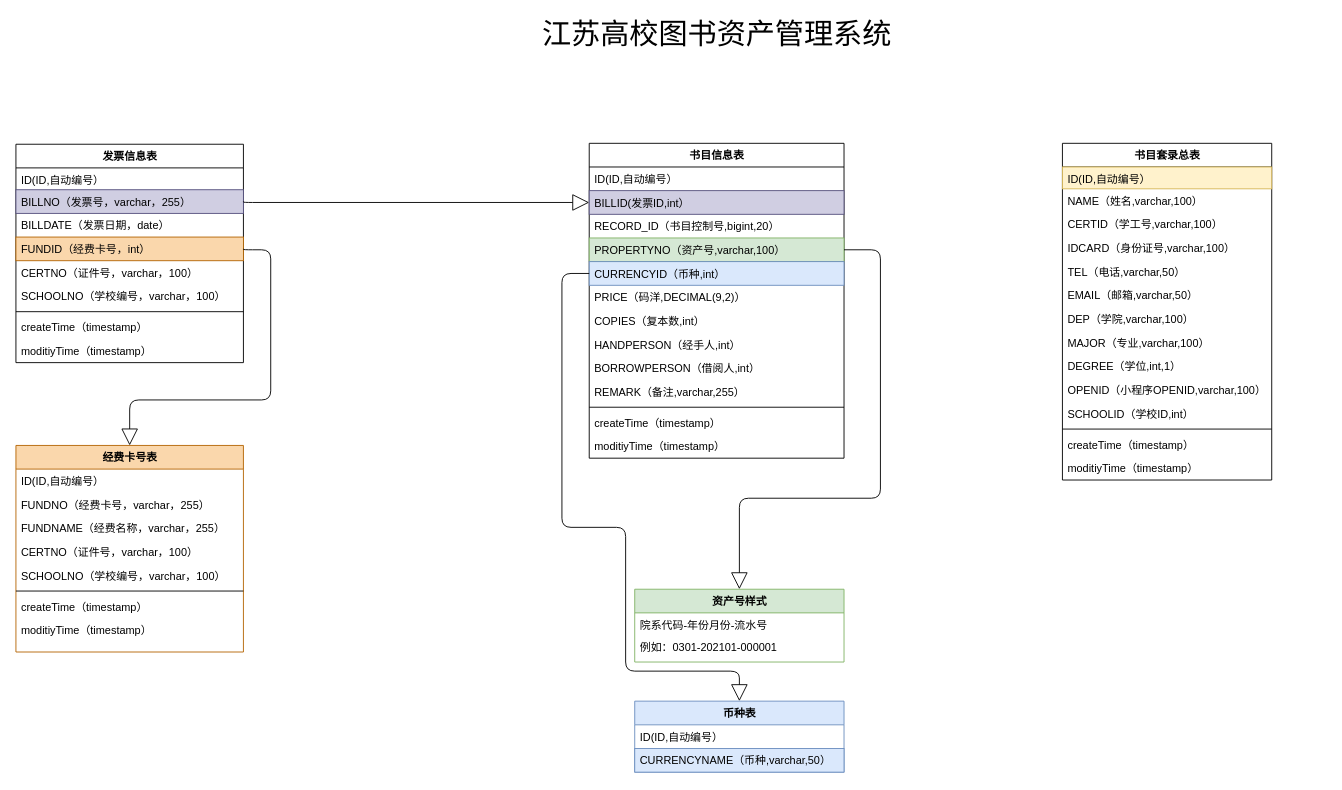
Before: 图书资产管理系统.drawio in yisqiu/SimpleMap-wx, a draw.io diagram. Source tidied: cells renumbered, new cells numbered last; positions are measured from the earlier drawing's top-left corner, leaving out a move shared by most shapes. Both pictures are drawn from the tidied source at 91%, with x=0, y=0 at pixel (15, 15).
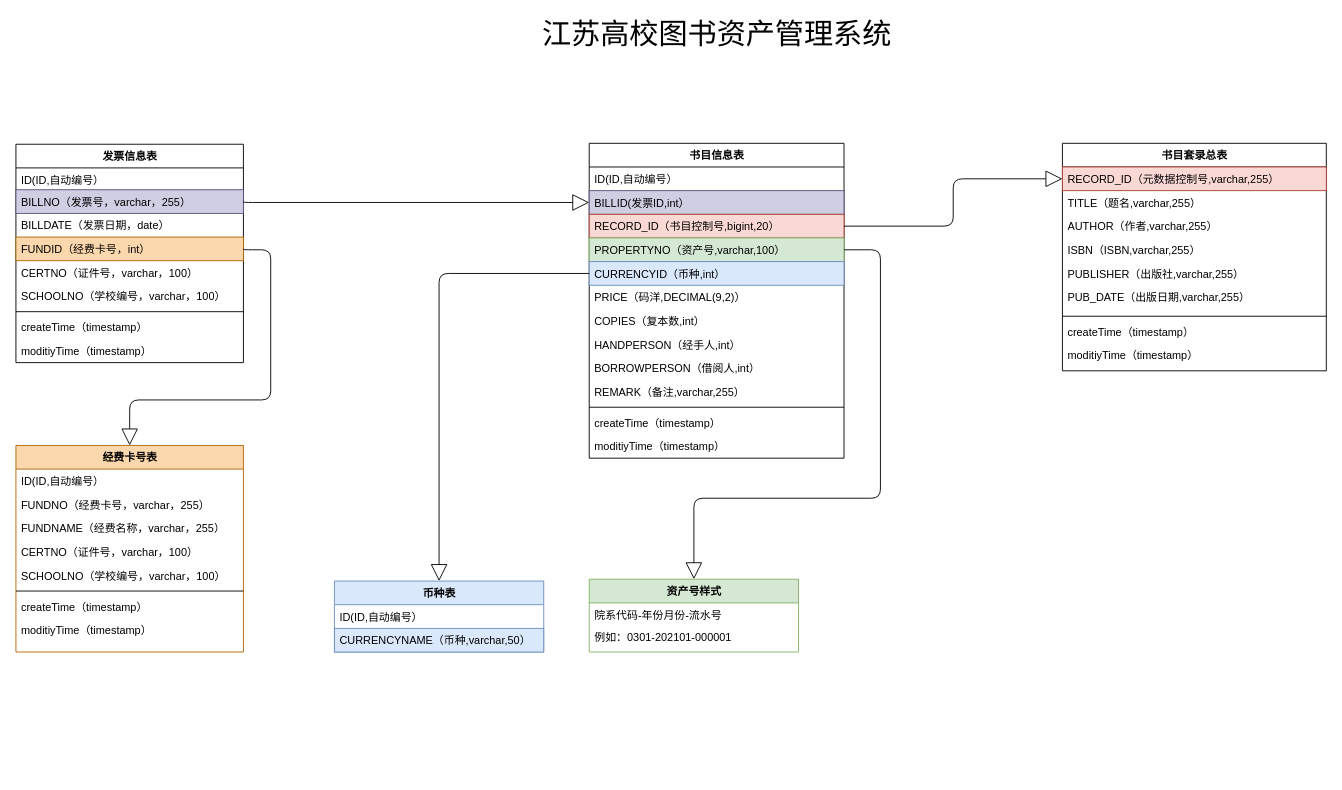
The same page after the edit.

Commit message:
更新图书资产管理系统.drawio

Unchanged cells that the change refers to:
```xml
<mxCell id="21" value="书目信息表" style="swimlane;html=1;fontStyle=1;align=center;verticalAlign=top;horizontal=1;startSize=26;swimlaneFillColor=#ffffff;rounded=0;shadow=0;comic=0;labelBackgroundColor=none;strokeWidth=1;fillColor=none;fontFamily=Verdana;fontSize=12;" parent="1" vertex="1">
  <mxGeometry x="630" y="140" width="280" height="346" as="geometry" />
</mxCell>
<mxCell id="25" value="PROPERTYNO（资产号,varchar,100）" style="text;html=1;strokeColor=#82b366;fillColor=#d5e8d4;align=left;verticalAlign=top;spacingLeft=4;spacingRight=4;whiteSpace=wrap;overflow=hidden;points=[[0,0.5],[1,0.5]];portConstraint=eastwest;" parent="21" vertex="1">
  <mxGeometry y="104" width="280" height="26" as="geometry" />
</mxCell>
<mxCell id="26" value="CURRENCYID（币种,int）" style="text;html=1;strokeColor=#6c8ebf;fillColor=#dae8fc;align=left;verticalAlign=top;spacingLeft=4;spacingRight=4;whiteSpace=wrap;overflow=hidden;points=[[0,0.5],[1,0.5]];portConstraint=eastwest;" parent="21" vertex="1">
  <mxGeometry y="130" width="280" height="26" as="geometry" />
</mxCell>
```

What changed in the source:
```diff
@@
-    <mxCell id="24" value="RECORD_ID（书目控制号,bigint,20）" style="text;html=1;strokeColor=none;fillColor=none;align=left;verticalAlign=top;spacingLeft=4;spacingRight=4;whiteSpace=wrap;overflow=hidden;points=[[0,0.5],[1,0.5]];portConstraint=eastwest;" parent="21" vertex="1">
+    <mxCell id="24" value="RECORD_ID（书目控制号,bigint,20）" style="text;html=1;strokeColor=#ae4132;fillColor=#fad9d5;align=left;verticalAlign=top;spacingLeft=4;spacingRight=4;whiteSpace=wrap;overflow=hidden;points=[[0,0.5],[1,0.5]];portConstraint=eastwest;" parent="21" vertex="1">
       <mxGeometry y="78" width="280" height="26" as="geometry" />
     </mxCell>
@@
     <mxCell id="38" value="资产号样式" style="swimlane;html=1;fontStyle=1;align=center;verticalAlign=top;horizontal=1;startSize=26;swimlaneFillColor=#ffffff;rounded=0;shadow=0;comic=0;labelBackgroundColor=none;strokeWidth=1;fontFamily=Verdana;fontSize=12;strokeColor=#82b366;fillColor=#d5e8d4;" parent="1" vertex="1">
-      <mxGeometry x="680" y="630" width="230" height="80" as="geometry" />
+      <mxGeometry x="630" y="619" width="230" height="80" as="geometry" />
     </mxCell>
@@
     <mxCell id="41" style="edgeStyle=orthogonalEdgeStyle;html=1;labelBackgroundColor=none;startFill=0;startSize=8;endArrow=block;endFill=0;endSize=16;fontFamily=Verdana;fontSize=12;exitX=1;exitY=0.5;exitDx=0;exitDy=0;entryX=0.5;entryY=0;entryDx=0;entryDy=0;" parent="1" edge="1" source="25" target="38">
       <mxGeometry relative="1" as="geometry">
         <Array as="points">
           <mxPoint x="950" y="257" />
           <mxPoint x="950" y="530" />
-          <mxPoint x="795" y="530" />
+          <mxPoint x="745" y="530" />
         </Array>
       </mxGeometry>
     </mxCell>
     <mxCell id="42" value="币种表" style="swimlane;html=1;fontStyle=1;align=center;verticalAlign=top;horizontal=1;startSize=26;swimlaneFillColor=#ffffff;rounded=0;shadow=0;comic=0;labelBackgroundColor=none;strokeWidth=1;fontFamily=Verdana;fontSize=12;strokeColor=#6c8ebf;fillColor=#dae8fc;" parent="1" vertex="1">
-      <mxGeometry x="680" y="753" width="230" height="78" as="geometry" />
+      <mxGeometry x="350" y="621" width="230" height="78" as="geometry" />
     </mxCell>
@@
     <mxCell id="45" style="edgeStyle=orthogonalEdgeStyle;html=1;labelBackgroundColor=none;startFill=0;startSize=8;endArrow=block;endFill=0;endSize=16;fontFamily=Verdana;fontSize=12;exitX=0;exitY=0.5;exitDx=0;exitDy=0;entryX=0.5;entryY=0;entryDx=0;entryDy=0;" parent="1" edge="1" source="26" target="42">
       <mxGeometry relative="1" as="geometry">
         <Array as="points">
-          <mxPoint x="600" y="283" />
-          <mxPoint x="600" y="562" />
-          <mxPoint x="670" y="562" />
-          <mxPoint x="670" y="720" />
-          <mxPoint x="795" y="720" />
+          <mxPoint x="465" y="283" />
         </Array>
       </mxGeometry>
     </mxCell>
     <mxCell id="46" value="书目套录总表" style="swimlane;html=1;fontStyle=1;align=center;verticalAlign=top;horizontal=1;startSize=26;swimlaneFillColor=#ffffff;rounded=0;shadow=0;comic=0;labelBackgroundColor=none;strokeWidth=1;fillColor=none;fontFamily=Verdana;fontSize=12;" parent="1" vertex="1">
-      <mxGeometry x="1150" y="140" width="230" height="370" as="geometry" />
+      <mxGeometry x="1150" y="140" width="290" height="250" as="geometry" />
     </mxCell>
-    <mxCell id="47" value="ID(ID,自动编号）" style="text;html=1;strokeColor=#d6b656;fillColor=#fff2cc;align=left;verticalAlign=top;spacingLeft=4;spacingRight=4;whiteSpace=wrap;overflow=hidden;" parent="46" vertex="1">
-      <mxGeometry y="26" width="230" height="24" as="geometry" />
-    </mxCell>
-    <mxCell id="48" value="NAME（姓名,varchar,100）" style="text;html=1;strokeColor=none;fillColor=none;align=left;verticalAlign=top;spacingLeft=4;spacingRight=4;whiteSpace=wrap;overflow=hidden;" parent="46" vertex="1">
-      <mxGeometry y="50" width="230" height="26" as="geometry" />
-    </mxCell>
-    <mxCell id="49" value="CERTID（学工号,varchar,100）" style="text;html=1;strokeColor=none;fillColor=none;align=left;verticalAlign=top;spacingLeft=4;spacingRight=4;whiteSpace=wrap;overflow=hidden;" parent="46" vertex="1">
-      <mxGeometry y="76" width="230" height="26" as="geometry" />
-    </mxCell>
-    <mxCell id="50" value="IDCARD（身份证号,varchar,100）" style="text;html=1;strokeColor=none;fillColor=none;align=left;verticalAlign=top;spacingLeft=4;spacingRight=4;whiteSpace=wrap;overflow=hidden;" parent="46" vertex="1">
-      <mxGeometry y="102" width="230" height="26" as="geometry" />
-    </mxCell>
-    <mxCell id="51" value="TEL（电话,varchar,50）" style="text;html=1;strokeColor=none;fillColor=none;align=left;verticalAlign=top;spacingLeft=4;spacingRight=4;whiteSpace=wrap;overflow=hidden;" parent="46" vertex="1">
-      <mxGeometry y="128" width="230" height="26" as="geometry" />
-    </mxCell>
-    <mxCell id="52" value="EMAIL（邮箱,varchar,50）" style="text;html=1;strokeColor=none;fillColor=none;align=left;verticalAlign=top;spacingLeft=4;spacingRight=4;whiteSpace=wrap;overflow=hidden;" parent="46" vertex="1">
-      <mxGeometry y="154" width="230" height="26" as="geometry" />
-    </mxCell>
-    <mxCell id="53" value="DEP（学院,varchar,100）" style="text;html=1;strokeColor=none;fillColor=none;align=left;verticalAlign=top;spacingLeft=4;spacingRight=4;whiteSpace=wrap;overflow=hidden;" parent="46" vertex="1">
-      <mxGeometry y="180" width="230" height="26" as="geometry" />
-    </mxCell>
-    <mxCell id="54" value="MAJOR（专业,varchar,100）" style="text;html=1;strokeColor=none;fillColor=none;align=left;verticalAlign=top;spacingLeft=4;spacingRight=4;whiteSpace=wrap;overflow=hidden;" parent="46" vertex="1">
-      <mxGeometry y="206" width="230" height="26" as="geometry" />
-    </mxCell>
-    <mxCell id="55" value="DEGREE（学位,int,1）" style="text;html=1;strokeColor=none;fillColor=none;align=left;verticalAlign=top;spacingLeft=4;spacingRight=4;whiteSpace=wrap;overflow=hidden;" parent="46" vertex="1">
-      <mxGeometry y="232" width="230" height="26" as="geometry" />
-    </mxCell>
-    <mxCell id="56" value="OPENID（小程序OPENID,varchar,100）" style="text;html=1;strokeColor=none;fillColor=none;align=left;verticalAlign=top;spacingLeft=4;spacingRight=4;whiteSpace=wrap;overflow=hidden;" parent="46" vertex="1">
-      <mxGeometry y="258" width="230" height="26" as="geometry" />
-    </mxCell>
-    <mxCell id="57" value="SCHOOLID（学校ID,int）" style="text;html=1;strokeColor=none;fillColor=none;align=left;verticalAlign=top;spacingLeft=4;spacingRight=4;whiteSpace=wrap;overflow=hidden;" parent="46" vertex="1">
-      <mxGeometry y="284" width="230" height="26" as="geometry" />
-    </mxCell>
+    <mxCell id="61" value="RECORD_ID（元数据控制号,varchar,255）" style="text;html=1;align=left;verticalAlign=top;spacingLeft=4;spacingRight=4;whiteSpace=wrap;overflow=hidden;points=[[0,0.5],[1,0.5]];portConstraint=eastwest;fillColor=#fad9d5;strokeColor=#ae4132;" parent="46" vertex="1">
+      <mxGeometry y="26" width="290" height="26" as="geometry" />
+    </mxCell>
+    <mxCell id="62" value="TITLE（题名,varchar,255）" style="text;html=1;align=left;verticalAlign=top;spacingLeft=4;spacingRight=4;whiteSpace=wrap;overflow=hidden;" parent="46" vertex="1">
+      <mxGeometry y="52" width="290" height="26" as="geometry" />
+    </mxCell>
+    <mxCell id="63" value="AUTHOR（作者,varchar,255）" style="text;html=1;strokeColor=none;fillColor=none;align=left;verticalAlign=top;spacingLeft=4;spacingRight=4;whiteSpace=wrap;overflow=hidden;" parent="46" vertex="1">
+      <mxGeometry y="78" width="290" height="26" as="geometry" />
+    </mxCell>
+    <mxCell id="64" value="ISBN（ISBN,varchar,255）" style="text;html=1;strokeColor=none;fillColor=none;align=left;verticalAlign=top;spacingLeft=4;spacingRight=4;whiteSpace=wrap;overflow=hidden;" parent="46" vertex="1">
+      <mxGeometry y="104" width="290" height="26" as="geometry" />
+    </mxCell>
+    <mxCell id="65" value="PUBLISHER（出版社,varchar,255）" style="text;html=1;strokeColor=none;fillColor=none;align=left;verticalAlign=top;spacingLeft=4;spacingRight=4;whiteSpace=wrap;overflow=hidden;" parent="46" vertex="1">
+      <mxGeometry y="130" width="290" height="26" as="geometry" />
+    </mxCell>
+    <mxCell id="66" value="PUB_DATE（出版日期,varchar,255）" style="text;html=1;strokeColor=none;fillColor=none;align=left;verticalAlign=top;spacingLeft=4;spacingRight=4;whiteSpace=wrap;overflow=hidden;" parent="46" vertex="1">
+      <mxGeometry y="156" width="290" height="30" as="geometry" />
+    </mxCell>
     <mxCell id="58" style="line;html=1;strokeWidth=1;fillColor=none;align=left;verticalAlign=middle;spacingTop=-1;spacingLeft=3;spacingRight=3;labelPosition=right;" parent="46" vertex="1">
-      <mxGeometry y="310" width="230" height="8" as="geometry" />
+      <mxGeometry y="186" width="290" height="8" as="geometry" />
     </mxCell>
     <mxCell id="59" value="createTime（timestamp）" style="text;html=1;strokeColor=none;fillColor=none;align=left;verticalAlign=top;spacingLeft=4;spacingRight=4;whiteSpace=wrap;overflow=hidden;" parent="46" vertex="1">
-      <mxGeometry y="318" width="230" height="26" as="geometry" />
+      <mxGeometry y="194" width="290" height="26" as="geometry" />
     </mxCell>
     <mxCell id="60" value="moditiyTime（timestamp）" style="text;html=1;strokeColor=none;fillColor=none;align=left;verticalAlign=top;spacingLeft=4;spacingRight=4;whiteSpace=wrap;overflow=hidden;" parent="46" vertex="1">
-      <mxGeometry y="344" width="230" height="26" as="geometry" />
+      <mxGeometry y="220" width="290" height="26" as="geometry" />
     </mxCell>
+    <mxCell id="67" style="edgeStyle=orthogonalEdgeStyle;html=1;labelBackgroundColor=none;startFill=0;startSize=8;endArrow=block;endFill=0;endSize=16;fontFamily=Verdana;fontSize=12;exitX=1;exitY=0.5;exitDx=0;exitDy=0;" parent="1" edge="1" source="24" target="61">
+      <mxGeometry relative="1" as="geometry" />
+    </mxCell>
```
